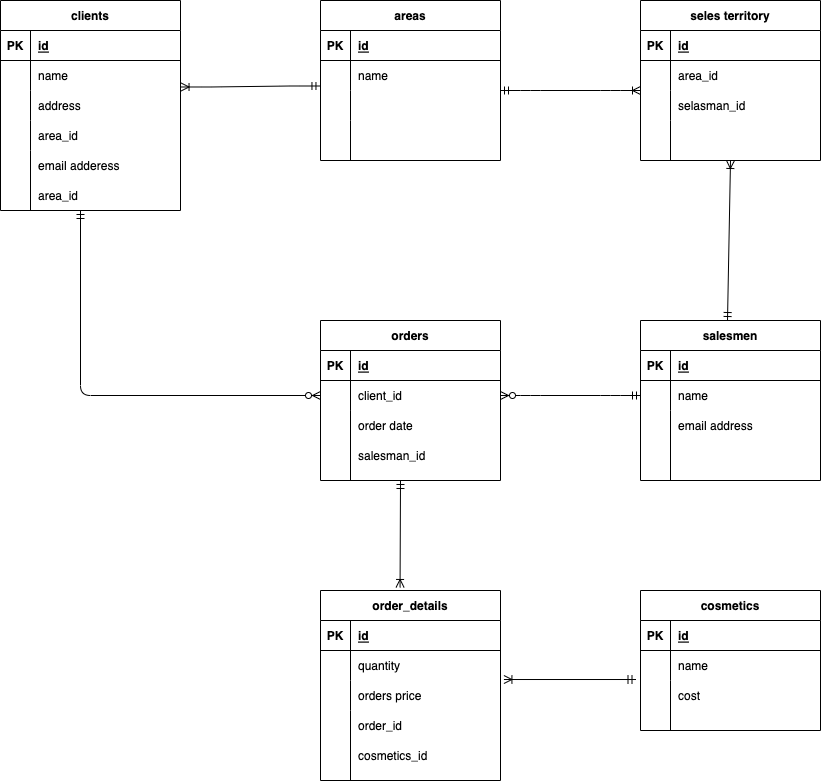
Before: database-er.drawio.png, a diagram exported from draw.io (progressmy/data-coach-er). Source tidied: cells renumbered, new cells last; positions are measured from the earlier drawing's top-left corner, leaving out a move shared by most shapes.
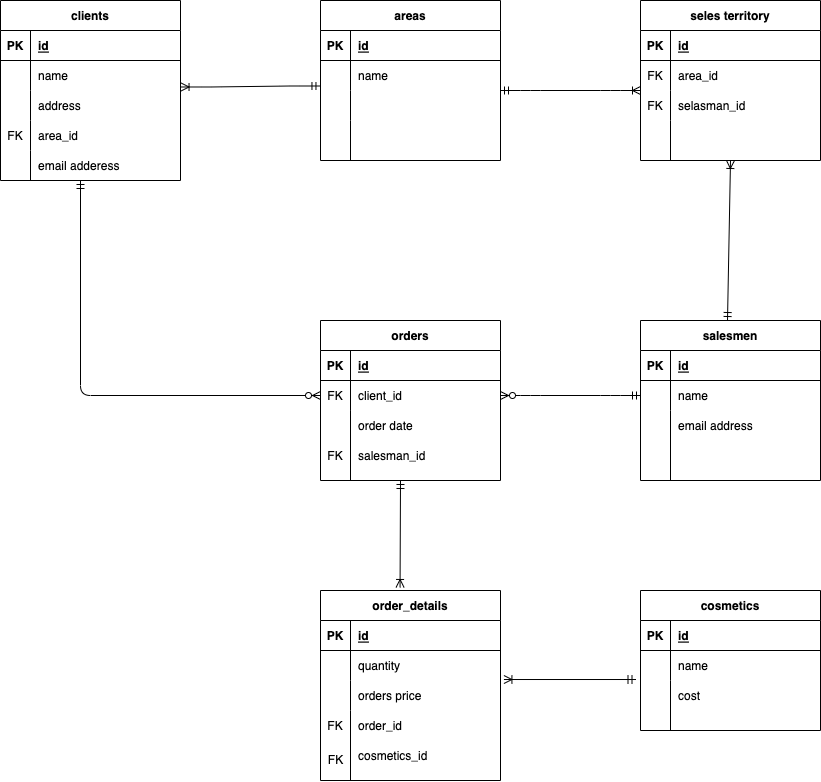
After the commit.

The edit, as a diff of the source:
```diff
@@ -3,7 +3,7 @@
     <mxCell id="0" />
     <mxCell id="1" parent="0" />
     <mxCell id="2" value="clients" style="shape=table;startSize=30;rowLines=0;fontStyle=1;align=center;" parent="1" vertex="1">
-      <mxGeometry width="180" height="210" as="geometry" />
+      <mxGeometry width="180" height="180" as="geometry" />
     </mxCell>
     <mxCell id="3" style="shape=partialRectangle;fillColor=none;top=0;left=0;bottom=1;right=0;" parent="2" vertex="1">
       <mxGeometry y="30" width="180" height="30" as="geometry" />
@@ -35,7 +35,7 @@
     <mxCell id="12" style="shape=partialRectangle;fillColor=none;top=0;left=0;bottom=0;right=0;" parent="2" vertex="1">
       <mxGeometry y="120" width="180" height="30" as="geometry" />
     </mxCell>
-    <mxCell id="13" style="shape=partialRectangle;fillColor=none;top=0;left=0;bottom=0;right=0;overflow=hidden;" parent="12" vertex="1">
+    <mxCell id="13" value="FK" style="shape=partialRectangle;fillColor=none;top=0;left=0;bottom=0;right=0;overflow=hidden;" parent="12" vertex="1">
       <mxGeometry width="30" height="30" as="geometry" />
     </mxCell>
     <mxCell id="14" value="area_id" style="shape=partialRectangle;fillColor=none;top=0;left=0;bottom=0;right=0;align=left;spacingLeft=6;overflow=hidden;" parent="12" vertex="1">
@@ -74,7 +74,7 @@
     <mxCell id="25" style="shape=partialRectangle;fillColor=none;top=0;left=0;bottom=0;right=0;" parent="15" vertex="1">
       <mxGeometry y="120" width="180" height="30" as="geometry" />
     </mxCell>
-    <mxCell id="26" style="shape=partialRectangle;fillColor=none;top=0;left=0;bottom=0;right=0;overflow=hidden;" parent="25" vertex="1">
+    <mxCell id="26" value="FK" style="shape=partialRectangle;fillColor=none;top=0;left=0;bottom=0;right=0;overflow=hidden;" parent="25" vertex="1">
       <mxGeometry width="30" height="30" as="geometry" />
     </mxCell>
     <mxCell id="27" value="order_id" style="shape=partialRectangle;fillColor=none;top=0;left=0;bottom=0;right=0;align=left;spacingLeft=6;overflow=hidden;" parent="25" vertex="1">
@@ -134,7 +134,7 @@
     <mxCell id="45" style="shape=partialRectangle;fillColor=none;top=0;left=0;bottom=0;right=0;" parent="41" vertex="1">
       <mxGeometry y="60" width="180" height="30" as="geometry" />
     </mxCell>
-    <mxCell id="46" style="shape=partialRectangle;fillColor=none;top=0;left=0;bottom=0;right=0;overflow=hidden;" parent="45" vertex="1">
+    <mxCell id="46" value="FK" style="shape=partialRectangle;fillColor=none;top=0;left=0;bottom=0;right=0;overflow=hidden;" parent="45" vertex="1">
       <mxGeometry width="30" height="30" as="geometry" />
     </mxCell>
     <mxCell id="47" value="area_id" style="shape=partialRectangle;fillColor=none;top=0;left=0;bottom=0;right=0;align=left;spacingLeft=6;overflow=hidden;" parent="45" vertex="1">
@@ -143,7 +143,7 @@
     <mxCell id="48" style="shape=partialRectangle;fillColor=none;top=0;left=0;bottom=0;right=0;points=[[0,0.5],[1,0.5]];portConstraint=eastwest;" parent="41" vertex="1">
       <mxGeometry y="90" width="180" height="30" as="geometry" />
     </mxCell>
-    <mxCell id="49" style="shape=partialRectangle;fillColor=none;top=0;left=0;bottom=0;right=0;overflow=hidden;" parent="48" vertex="1">
+    <mxCell id="49" value="FK" style="shape=partialRectangle;fillColor=none;top=0;left=0;bottom=0;right=0;overflow=hidden;" parent="48" vertex="1">
       <mxGeometry width="30" height="30" as="geometry" />
     </mxCell>
     <mxCell id="50" value="selasman_id" style="shape=partialRectangle;fillColor=none;top=0;left=0;bottom=0;right=0;align=left;spacingLeft=6;overflow=hidden;" parent="48" vertex="1">
@@ -173,7 +173,7 @@
     <mxCell id="58" style="shape=partialRectangle;fillColor=none;top=0;left=0;bottom=0;right=0;points=[[0,0.5],[1,0.5]];portConstraint=eastwest;" parent="54" vertex="1">
       <mxGeometry y="60" width="180" height="30" as="geometry" />
     </mxCell>
-    <mxCell id="59" style="shape=partialRectangle;fillColor=none;top=0;left=0;bottom=0;right=0;overflow=hidden;" parent="58" vertex="1">
+    <mxCell id="59" value="FK" style="shape=partialRectangle;fillColor=none;top=0;left=0;bottom=0;right=0;overflow=hidden;" parent="58" vertex="1">
       <mxGeometry width="30" height="30" as="geometry" />
     </mxCell>
     <mxCell id="60" value="client_id" style="shape=partialRectangle;fillColor=none;top=0;left=0;bottom=0;right=0;align=left;spacingLeft=6;overflow=hidden;" parent="58" vertex="1">
@@ -191,7 +191,7 @@
     <mxCell id="64" style="shape=partialRectangle;fillColor=none;top=0;left=0;bottom=0;right=0;" parent="54" vertex="1">
       <mxGeometry y="120" width="180" height="30" as="geometry" />
     </mxCell>
-    <mxCell id="65" style="shape=partialRectangle;fillColor=none;top=0;left=0;bottom=0;right=0;overflow=hidden;" parent="64" vertex="1">
+    <mxCell id="65" value="FK" style="shape=partialRectangle;fillColor=none;top=0;left=0;bottom=0;right=0;overflow=hidden;" parent="64" vertex="1">
       <mxGeometry width="30" height="30" as="geometry" />
     </mxCell>
     <mxCell id="66" value="salesman_id" style="shape=partialRectangle;fillColor=none;top=0;left=0;bottom=0;right=0;align=left;spacingLeft=6;overflow=hidden;" parent="64" vertex="1">
@@ -278,16 +278,13 @@
     <mxCell id="93" value="email adderess" style="shape=partialRectangle;fillColor=none;top=0;left=0;bottom=0;right=0;align=left;spacingLeft=6;overflow=hidden;" parent="1" vertex="1">
       <mxGeometry x="30" y="150" width="150" height="30" as="geometry" />
     </mxCell>
-    <mxCell id="94" value="area_id" style="shape=partialRectangle;fillColor=none;top=0;left=0;bottom=0;right=0;align=left;spacingLeft=6;overflow=hidden;" parent="1" vertex="1">
-      <mxGeometry x="30" y="180" width="150" height="30" as="geometry" />
-    </mxCell>
     <mxCell id="95" value="cosmetics_id" style="shape=partialRectangle;fillColor=none;top=0;left=0;bottom=0;right=0;align=left;spacingLeft=6;overflow=hidden;" parent="1" vertex="1">
       <mxGeometry x="350" y="740" width="150" height="30" as="geometry" />
     </mxCell>
     <mxCell id="96" style="endArrow=none;html=1;rounded=0;" parent="1" edge="1">
       <mxGeometry relative="1" as="geometry">
         <mxPoint x="30" y="150" as="sourcePoint" />
-        <mxPoint x="30" y="210" as="targetPoint" />
+        <mxPoint x="30" y="180" as="targetPoint" />
       </mxGeometry>
     </mxCell>
     <mxCell id="97" style="endArrow=none;html=1;rounded=0;" parent="1" edge="1">
@@ -344,7 +341,7 @@
     </mxCell>
     <mxCell id="107" style="edgeStyle=orthogonalEdgeStyle;fontSize=12;html=1;endArrow=ERzeroToMany;startArrow=ERmandOne;entryX=0;entryY=0.5;entryDx=0;entryDy=0;" parent="1" edge="1" target="58">
       <mxGeometry relative="1" as="geometry">
-        <mxPoint x="80" y="210" as="sourcePoint" />
+        <mxPoint x="80" y="180" as="sourcePoint" />
       </mxGeometry>
     </mxCell>
     <mxCell id="108" style="fontSize=12;html=1;endArrow=ERoneToMany;startArrow=ERmandOne;entryX=0.442;entryY=-0.016;entryDx=0;entryDy=0;entryPerimeter=0;" parent="1" edge="1" target="15">
@@ -355,5 +352,8 @@
     <mxCell id="109" style="fontSize=12;html=1;endArrow=ERoneToMany;startArrow=ERmandOne;entryX=1.019;entryY=-0.033;entryDx=0;entryDy=0;entryPerimeter=0;exitX=-0.025;exitY=0.967;exitDx=0;exitDy=0;exitPerimeter=0;" parent="1" edge="1" source="84" target="22">
       <mxGeometry relative="1" as="geometry" />
     </mxCell>
+    <mxCell id="110" value="FK" style="text;html=1;align=center;verticalAlign=middle;strokeColor=none;fillColor=none;" parent="1" vertex="1">
+      <mxGeometry x="320" y="750" width="30" height="20" as="geometry" />
+    </mxCell>
   </root>
 </mxGraphModel>
```
